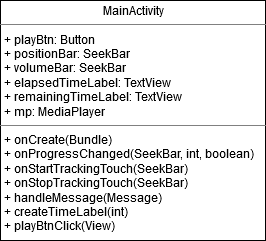
pas151/Mp3Player keeps this draw.io diagram as UML Diagram.png. Above is the earlier version. Source tidied: cells renumbered, new cells last; positions are measured from the earlier drawing's top-left corner, leaving out a move shared by most shapes. Source of this version:
```xml
<mxGraphModel background="#ffffff">
  <root>
    <mxCell id="0" />
    <mxCell id="1" parent="0" />
    <mxCell id="2" value="&lt;p style=&quot;margin: 0px ; margin-top: 4px ; text-align: center&quot;&gt;MainActivity&lt;br&gt;&lt;/p&gt;&lt;hr size=&quot;1&quot;&gt;&lt;p style=&quot;margin: 0px ; margin-left: 4px&quot;&gt;+ playBtn: Button&lt;br&gt;+ positionBar: SeekBar&lt;br&gt;&lt;/p&gt;&lt;p style=&quot;margin: 0px ; margin-left: 4px&quot;&gt;+ volumeBar: SeekBar&lt;br&gt;&lt;/p&gt;&lt;p style=&quot;margin: 0px ; margin-left: 4px&quot;&gt;+ elapsedTimeLabel: TextView&lt;/p&gt;&lt;p style=&quot;margin: 0px ; margin-left: 4px&quot;&gt;+ remainingTimeLabel: TextView&lt;/p&gt;&lt;p style=&quot;margin: 0px ; margin-left: 4px&quot;&gt;+ mp: MediaPlayer&lt;br&gt;&lt;/p&gt;&lt;hr size=&quot;1&quot;&gt;&lt;p style=&quot;margin: 0px ; margin-left: 4px&quot;&gt;+ onCreate(Bundle)&lt;br&gt;+ onProgressChanged(SeekBar, int, boolean)&lt;/p&gt;&lt;p style=&quot;margin: 0px ; margin-left: 4px&quot;&gt;+ onStartTrackingTouch(SeekBar)&lt;/p&gt;&lt;p style=&quot;margin: 0px ; margin-left: 4px&quot;&gt;+ onStopTrackingTouch(SeekBar)&lt;/p&gt;&lt;p style=&quot;margin: 0px ; margin-left: 4px&quot;&gt;+ handleMessage(Message)&lt;/p&gt;&lt;p style=&quot;margin: 0px ; margin-left: 4px&quot;&gt;+ createTimeLabel(int)&lt;/p&gt;&lt;p style=&quot;margin: 0px ; margin-left: 4px&quot;&gt;+ playBtnClick(View)&lt;br&gt;&lt;/p&gt;" style="verticalAlign=top;align=left;overflow=fill;fontSize=12;fontFamily=Helvetica;html=1;rounded=0;shadow=0;comic=0;labelBackgroundColor=none;strokeWidth=1;" parent="1" vertex="1">
      <mxGeometry width="265" height="240" as="geometry" />
    </mxCell>
  </root>
</mxGraphModel>
```
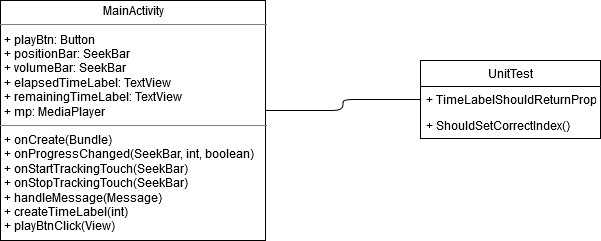
Above is the later version.

Change to the diagram source:
```diff
@@ -5,5 +5,19 @@
     <mxCell id="2" value="&lt;p style=&quot;margin: 0px ; margin-top: 4px ; text-align: center&quot;&gt;MainActivity&lt;br&gt;&lt;/p&gt;&lt;hr size=&quot;1&quot;&gt;&lt;p style=&quot;margin: 0px ; margin-left: 4px&quot;&gt;+ playBtn: Button&lt;br&gt;+ positionBar: SeekBar&lt;br&gt;&lt;/p&gt;&lt;p style=&quot;margin: 0px ; margin-left: 4px&quot;&gt;+ volumeBar: SeekBar&lt;br&gt;&lt;/p&gt;&lt;p style=&quot;margin: 0px ; margin-left: 4px&quot;&gt;+ elapsedTimeLabel: TextView&lt;/p&gt;&lt;p style=&quot;margin: 0px ; margin-left: 4px&quot;&gt;+ remainingTimeLabel: TextView&lt;/p&gt;&lt;p style=&quot;margin: 0px ; margin-left: 4px&quot;&gt;+ mp: MediaPlayer&lt;br&gt;&lt;/p&gt;&lt;hr size=&quot;1&quot;&gt;&lt;p style=&quot;margin: 0px ; margin-left: 4px&quot;&gt;+ onCreate(Bundle)&lt;br&gt;+ onProgressChanged(SeekBar, int, boolean)&lt;/p&gt;&lt;p style=&quot;margin: 0px ; margin-left: 4px&quot;&gt;+ onStartTrackingTouch(SeekBar)&lt;/p&gt;&lt;p style=&quot;margin: 0px ; margin-left: 4px&quot;&gt;+ onStopTrackingTouch(SeekBar)&lt;/p&gt;&lt;p style=&quot;margin: 0px ; margin-left: 4px&quot;&gt;+ handleMessage(Message)&lt;/p&gt;&lt;p style=&quot;margin: 0px ; margin-left: 4px&quot;&gt;+ createTimeLabel(int)&lt;/p&gt;&lt;p style=&quot;margin: 0px ; margin-left: 4px&quot;&gt;+ playBtnClick(View)&lt;br&gt;&lt;/p&gt;" style="verticalAlign=top;align=left;overflow=fill;fontSize=12;fontFamily=Helvetica;html=1;rounded=0;shadow=0;comic=0;labelBackgroundColor=none;strokeWidth=1;" parent="1" vertex="1">
       <mxGeometry width="265" height="240" as="geometry" />
     </mxCell>
+    <mxCell id="3" style="endArrow=none;html=1;edgeStyle=orthogonalEdgeStyle;entryX=0;entryY=0.5;entryDx=0;entryDy=0;" parent="1" edge="1" target="5">
+      <mxGeometry relative="1" as="geometry">
+        <mxPoint x="265" y="110" as="sourcePoint" />
+      </mxGeometry>
+    </mxCell>
+    <mxCell id="4" value="UnitTest" style="swimlane;fontStyle=0;horizontal=1;startSize=26;fillColor=none;" parent="1" vertex="1">
+      <mxGeometry x="420" y="60" width="180" height="78" as="geometry" />
+    </mxCell>
+    <mxCell id="5" value="+ TimeLabelShouldReturnProperTime()" style="text;strokeColor=none;fillColor=none;align=left;verticalAlign=top;spacingLeft=4;spacingRight=4;overflow=hidden;points=[[0,0.5],[1,0.5]];portConstraint=eastwest;" parent="4" vertex="1">
+      <mxGeometry y="26" width="180" height="26" as="geometry" />
+    </mxCell>
+    <mxCell id="6" value="+ ShouldSetCorrectIndex()" style="text;strokeColor=none;fillColor=none;align=left;verticalAlign=top;spacingLeft=4;spacingRight=4;overflow=hidden;" parent="4" vertex="1">
+      <mxGeometry y="52" width="180" height="26" as="geometry" />
+    </mxCell>
   </root>
 </mxGraphModel>
```
